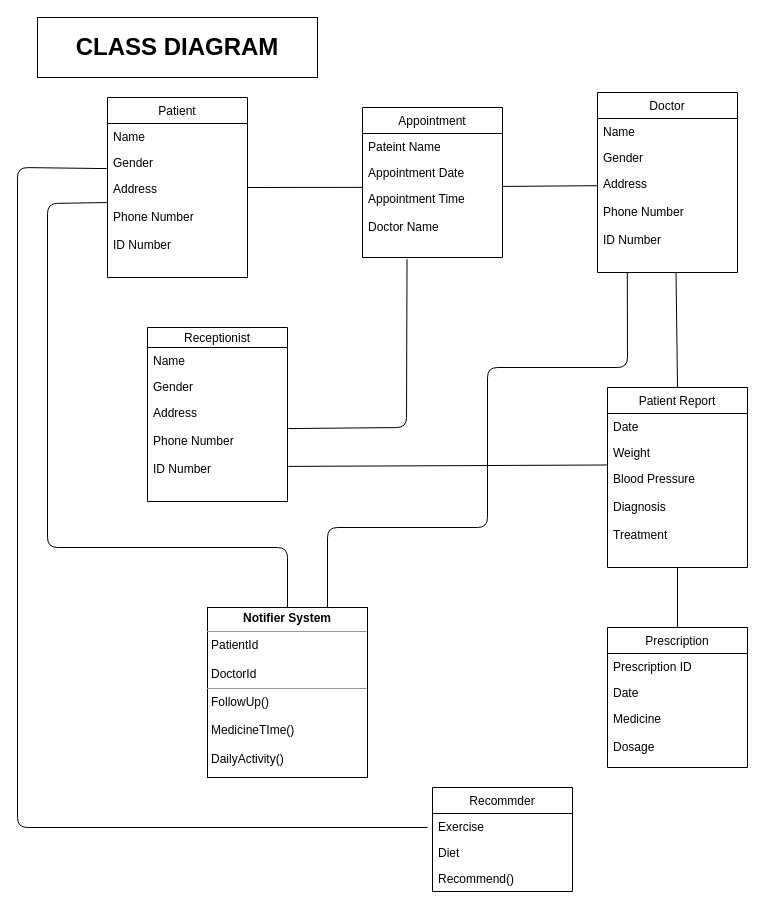
Above: page "Page-2" (2 of 2) of PRS.drawio in ajit-pandey/koukicons_flutter (draw.io), before the change. Source tidied: cells renumbered, new cells numbered last; positions are measured from the earlier drawing's top-left corner, leaving out a move shared by most shapes. Both pictures are drawn from the tidied source at 100%, with x=0, y=0 at pixel (17, 17).
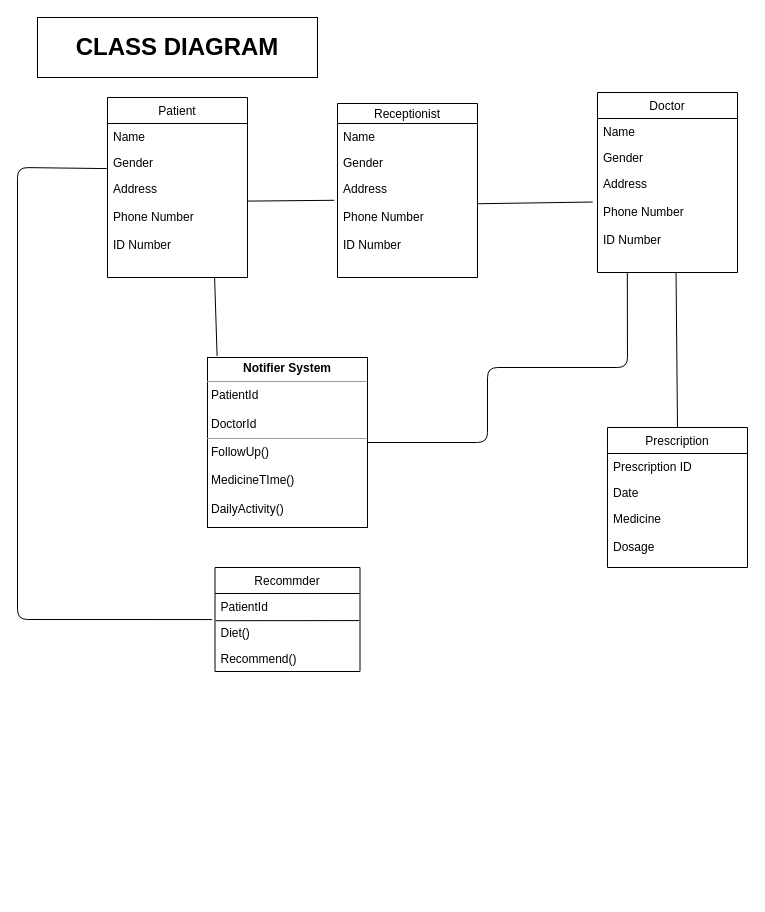
The same diagram, later.

Unchanged cells that the change refers to:
```xml
<mxCell id="5" value="Gender" style="text;strokeColor=none;fillColor=none;align=left;verticalAlign=top;spacingLeft=4;spacingRight=4;overflow=hidden;points=[[0,0.5],[1,0.5]];portConstraint=eastwest;" parent="3" vertex="1">
  <mxGeometry y="52" width="140" height="26" as="geometry" />
</mxCell>
<mxCell id="6" value="Address&#10;&#10;Phone Number&#10;&#10;ID Number" style="text;strokeColor=none;fillColor=none;align=left;verticalAlign=top;spacingLeft=4;spacingRight=4;overflow=hidden;points=[[0,0.5],[1,0.5]];portConstraint=eastwest;" parent="3" vertex="1">
  <mxGeometry y="78" width="140" height="102" as="geometry" />
</mxCell>
<mxCell id="10" value="Address&#10;&#10;Phone Number&#10;&#10;ID Number" style="text;strokeColor=none;fillColor=none;align=left;verticalAlign=top;spacingLeft=4;spacingRight=4;overflow=hidden;points=[[0,0.5],[1,0.5]];portConstraint=eastwest;" parent="7" vertex="1">
  <mxGeometry y="78" width="140" height="102" as="geometry" />
</mxCell>
<mxCell id="14" value="Address&#10;&#10;Phone Number&#10;&#10;ID Number" style="text;strokeColor=none;fillColor=none;align=left;verticalAlign=top;spacingLeft=4;spacingRight=4;overflow=hidden;points=[[0,0.5],[1,0.5]];portConstraint=eastwest;" parent="11" vertex="1">
  <mxGeometry y="72" width="140" height="102" as="geometry" />
</mxCell>
```

What changed in the source:
```diff
@@
     <mxCell id="11" value="Receptionist" style="swimlane;fontStyle=0;horizontal=1;startSize=20;fillColor=none;" parent="1" vertex="1">
-      <mxGeometry x="130" y="310" width="140" height="174" as="geometry" />
+      <mxGeometry x="320" y="86" width="140" height="174" as="geometry" />
     </mxCell>
@@
     <mxCell id="15" value="Prescription" style="swimlane;fontStyle=0;horizontal=1;startSize=26;fillColor=none;" parent="1" vertex="1">
-      <mxGeometry x="590" y="610" width="140" height="140" as="geometry" />
+      <mxGeometry x="590" y="410" width="140" height="140" as="geometry" />
     </mxCell>
@@
-    <mxCell id="19" value="Patient Report" style="swimlane;fontStyle=0;horizontal=1;startSize=26;fillColor=none;" parent="1" vertex="1">
-      <mxGeometry x="590" y="370" width="140" height="180" as="geometry" />
-    </mxCell>
-    <mxCell id="20" value="Date" style="text;strokeColor=none;fillColor=none;align=left;verticalAlign=top;spacingLeft=4;spacingRight=4;overflow=hidden;" parent="19" vertex="1">
-      <mxGeometry y="26" width="140" height="26" as="geometry" />
-    </mxCell>
-    <mxCell id="21" value="Weight" style="text;strokeColor=none;fillColor=none;align=left;verticalAlign=top;spacingLeft=4;spacingRight=4;overflow=hidden;" parent="19" vertex="1">
-      <mxGeometry y="52" width="140" height="26" as="geometry" />
-    </mxCell>
-    <mxCell id="22" value="Blood Pressure&#10;&#10;Diagnosis&#10;&#10;Treatment" style="text;strokeColor=none;fillColor=none;align=left;verticalAlign=top;spacingLeft=4;spacingRight=4;overflow=hidden;points=[[0,0.5],[1,0.5]];portConstraint=eastwest;" parent="19" vertex="1">
-      <mxGeometry y="78" width="140" height="102" as="geometry" />
-    </mxCell>
-    <mxCell id="23" value="Appointment" style="swimlane;fontStyle=0;horizontal=1;startSize=26;fillColor=none;" parent="1" vertex="1">
-      <mxGeometry x="345" y="90" width="140" height="150" as="geometry" />
-    </mxCell>
-    <mxCell id="24" value="Pateint Name" style="text;strokeColor=none;fillColor=none;align=left;verticalAlign=top;spacingLeft=4;spacingRight=4;overflow=hidden;" parent="23" vertex="1">
-      <mxGeometry y="26" width="140" height="26" as="geometry" />
-    </mxCell>
-    <mxCell id="25" value="Appointment Date" style="text;strokeColor=none;fillColor=none;align=left;verticalAlign=top;spacingLeft=4;spacingRight=4;overflow=hidden;points=[[0,0.5],[1,0.5]];portConstraint=eastwest;" parent="23" vertex="1">
-      <mxGeometry y="52" width="140" height="26" as="geometry" />
-    </mxCell>
-    <mxCell id="26" value="Appointment Time&#10;&#10;Doctor Name&#10;" style="text;strokeColor=none;fillColor=none;align=left;verticalAlign=top;spacingLeft=4;spacingRight=4;overflow=hidden;points=[[0,0.5],[1,0.5]];portConstraint=eastwest;" parent="23" vertex="1">
-      <mxGeometry y="78" width="140" height="72" as="geometry" />
-    </mxCell>
-    <mxCell id="27" style="endArrow=none;html=1;exitX=0.005;exitY=1.072;exitDx=0;exitDy=0;exitPerimeter=0;" parent="1" edge="1" source="25">
-      <mxGeometry relative="1" as="geometry">
-        <mxPoint x="230" y="170" as="targetPoint" />
-      </mxGeometry>
-    </mxCell>
-    <mxCell id="28" style="endArrow=none;html=1;entryX=0;entryY=0.149;entryDx=0;entryDy=0;entryPerimeter=0;exitX=0.998;exitY=0.013;exitDx=0;exitDy=0;exitPerimeter=0;" parent="1" edge="1" source="26" target="10">
-      <mxGeometry relative="1" as="geometry" />
-    </mxCell>
-    <mxCell id="29" style="endArrow=none;html=1;entryX=0.561;entryY=0.997;entryDx=0;entryDy=0;entryPerimeter=0;exitX=0.5;exitY=0;exitDx=0;exitDy=0;" parent="1" edge="1" source="19" target="10">
+    <mxCell id="29" style="endArrow=none;html=1;entryX=0.561;entryY=0.997;entryDx=0;entryDy=0;entryPerimeter=0;exitX=0.5;exitY=0;exitDx=0;exitDy=0;" parent="1" edge="1" source="15" target="10">
       <mxGeometry relative="1" as="geometry" />
     </mxCell>
-    <mxCell id="30" style="endArrow=none;html=1;exitX=0.5;exitY=0;exitDx=0;exitDy=0;" parent="1" edge="1" source="15" target="22">
-      <mxGeometry relative="1" as="geometry" />
-    </mxCell>
-    <mxCell id="31" style="endArrow=none;html=1;entryX=0.318;entryY=1.023;entryDx=0;entryDy=0;entryPerimeter=0;exitX=1.006;exitY=0.285;exitDx=0;exitDy=0;exitPerimeter=0;" parent="1" edge="1" source="14" target="26">
-      <mxGeometry relative="1" as="geometry">
-        <Array as="points">
-          <mxPoint x="389" y="410" />
-        </Array>
-      </mxGeometry>
-    </mxCell>
-    <mxCell id="32" style="endArrow=none;html=1;entryX=-0.004;entryY=-0.005;entryDx=0;entryDy=0;entryPerimeter=0;exitX=1.006;exitY=0.656;exitDx=0;exitDy=0;exitPerimeter=0;" parent="1" edge="1" source="14" target="22">
-      <mxGeometry relative="1" as="geometry" />
-    </mxCell>
     <mxCell id="33" value="&lt;p style=&quot;margin: 0px ; margin-top: 4px ; text-align: center&quot;&gt;&lt;b&gt;Notifier System&lt;/b&gt;&lt;/p&gt;&lt;hr size=&quot;1&quot;&gt;&lt;p style=&quot;margin: 0px ; margin-left: 4px&quot;&gt;PatientId&lt;/p&gt;&lt;p style=&quot;margin: 0px ; margin-left: 4px&quot;&gt;&lt;br&gt;&lt;/p&gt;&lt;p style=&quot;margin: 0px ; margin-left: 4px&quot;&gt;DoctorId&lt;/p&gt;&lt;hr size=&quot;1&quot;&gt;&lt;p style=&quot;margin: 0px ; margin-left: 4px&quot;&gt;FollowUp()&lt;/p&gt;&lt;p style=&quot;margin: 0px ; margin-left: 4px&quot;&gt;&lt;br&gt;&lt;/p&gt;&lt;p style=&quot;margin: 0px ; margin-left: 4px&quot;&gt;MedicineTIme()&lt;/p&gt;&lt;p style=&quot;margin: 0px ; margin-left: 4px&quot;&gt;&lt;br&gt;&lt;/p&gt;&lt;p style=&quot;margin: 0px ; margin-left: 4px&quot;&gt;DailyActivity()&lt;/p&gt;" style="verticalAlign=top;align=left;overflow=fill;fontSize=12;fontFamily=Helvetica;html=1;" parent="1" vertex="1">
-      <mxGeometry x="190" y="590" width="160" height="170" as="geometry" />
+      <mxGeometry x="190" y="340" width="160" height="170" as="geometry" />
     </mxCell>
     <mxCell id="34" value="Recommder" style="swimlane;fontStyle=0;horizontal=1;startSize=26;fillColor=none;" parent="1" vertex="1">
-      <mxGeometry x="415" y="770" width="140" height="104" as="geometry" />
+      <mxGeometry x="197.5" y="550" width="145" height="104" as="geometry" />
     </mxCell>
-    <mxCell id="35" value="Exercise" style="text;strokeColor=none;fillColor=none;align=left;verticalAlign=top;spacingLeft=4;spacingRight=4;overflow=hidden;" parent="34" vertex="1">
-      <mxGeometry y="26" width="140" height="26" as="geometry" />
+    <mxCell id="35" value="PatientId" style="text;strokeColor=none;fillColor=none;align=left;verticalAlign=top;spacingLeft=4;spacingRight=4;overflow=hidden;" parent="34" vertex="1">
+      <mxGeometry y="26" width="145" height="26" as="geometry" />
     </mxCell>
-    <mxCell id="36" value="Diet" style="text;strokeColor=none;fillColor=none;align=left;verticalAlign=top;spacingLeft=4;spacingRight=4;overflow=hidden;points=[[0,0.5],[1,0.5]];portConstraint=eastwest;" parent="34" vertex="1">
-      <mxGeometry y="52" width="140" height="26" as="geometry" />
+    <mxCell id="36" value="Diet()" style="text;strokeColor=none;fillColor=none;align=left;verticalAlign=top;spacingLeft=4;spacingRight=4;overflow=hidden;points=[[0,0.5],[1,0.5]];portConstraint=eastwest;" parent="34" vertex="1">
+      <mxGeometry y="52" width="145" height="26" as="geometry" />
     </mxCell>
     <mxCell id="37" value="Recommend()" style="text;strokeColor=none;fillColor=none;align=left;verticalAlign=top;spacingLeft=4;spacingRight=4;overflow=hidden;" parent="34" vertex="1">
-      <mxGeometry y="78" width="140" height="26" as="geometry" />
+      <mxGeometry y="78" width="145" height="26" as="geometry" />
     </mxCell>
+    <mxCell id="41" style="endArrow=none;html=1;entryX=0.995;entryY=0.042;entryDx=0;entryDy=0;entryPerimeter=0;exitX=0.004;exitY=0.047;exitDx=0;exitDy=0;exitPerimeter=0;" parent="34" edge="1" source="36" target="36">
+      <mxGeometry relative="1" as="geometry" />
+    </mxCell>
-    <mxCell id="38" style="endArrow=none;html=1;exitX=-0.005;exitY=0.734;exitDx=0;exitDy=0;exitPerimeter=0;" parent="1" edge="1" source="5">
+    <mxCell id="38" style="endArrow=none;html=1;exitX=-0.005;exitY=0.734;exitDx=0;exitDy=0;exitPerimeter=0;entryX=-0.02;entryY=0.002;entryDx=0;entryDy=0;entryPerimeter=0;" parent="1" edge="1" source="5" target="36">
       <mxGeometry relative="1" as="geometry">
-        <mxPoint x="410" y="810" as="targetPoint" />
         <Array as="points">
           <mxPoint y="150" />
-          <mxPoint y="810" />
+          <mxPoint y="602" />
         </Array>
       </mxGeometry>
     </mxCell>
-    <mxCell id="39" style="endArrow=none;html=1;entryX=0.5;entryY=0;entryDx=0;entryDy=0;exitX=0.003;exitY=0.265;exitDx=0;exitDy=0;exitPerimeter=0;" parent="1" edge="1" source="6" target="33">
-      <mxGeometry relative="1" as="geometry">
-        <Array as="points">
-          <mxPoint x="30" y="186" />
-          <mxPoint x="30" y="530" />
-          <mxPoint x="270" y="530" />
-        </Array>
-      </mxGeometry>
-    </mxCell>
-    <mxCell id="40" style="endArrow=none;html=1;exitX=0.75;exitY=0;exitDx=0;exitDy=0;entryX=0.213;entryY=1.004;entryDx=0;entryDy=0;entryPerimeter=0;" parent="1" edge="1" source="33" target="10">
+    <mxCell id="40" style="endArrow=none;html=1;exitX=1;exitY=0.5;exitDx=0;exitDy=0;entryX=0.213;entryY=1.004;entryDx=0;entryDy=0;entryPerimeter=0;" parent="1" edge="1" source="33" target="10">
       <mxGeometry relative="1" as="geometry">
         <Array as="points">
-          <mxPoint x="310" y="510" />
-          <mxPoint x="470" y="510" />
+          <mxPoint x="470" y="425" />
           <mxPoint x="470" y="350" />
           <mxPoint x="610" y="350" />
         </Array>
       </mxGeometry>
     </mxCell>
+    <mxCell id="42" style="endArrow=none;html=1;entryX=1.003;entryY=0.251;entryDx=0;entryDy=0;entryPerimeter=0;exitX=-0.022;exitY=0.243;exitDx=0;exitDy=0;exitPerimeter=0;" parent="1" edge="1" source="14" target="6">
+      <mxGeometry relative="1" as="geometry" />
+    </mxCell>
+    <mxCell id="43" style="endArrow=none;html=1;exitX=0.998;exitY=0.277;exitDx=0;exitDy=0;exitPerimeter=0;entryX=-0.034;entryY=0.309;entryDx=0;entryDy=0;entryPerimeter=0;" parent="1" edge="1" source="14" target="10">
+      <mxGeometry relative="1" as="geometry" />
+    </mxCell>
+    <mxCell id="44" style="endArrow=none;html=1;entryX=0.765;entryY=0.998;entryDx=0;entryDy=0;entryPerimeter=0;exitX=0.06;exitY=-0.009;exitDx=0;exitDy=0;exitPerimeter=0;" parent="1" edge="1" source="33" target="6">
+      <mxGeometry relative="1" as="geometry" />
+    </mxCell>
```
